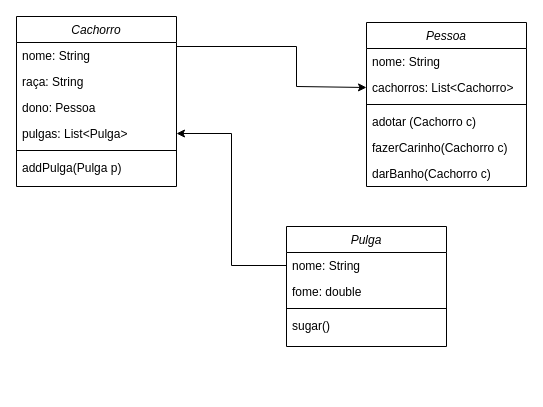
This is Engenharia de Software/Pulgas.drawio from paulo-granthon/bertoti, a draw.io file, before an edit. Source tidied: cells renumbered, new cells numbered last; positions are measured from the earlier drawing's top-left corner, leaving out a move shared by most shapes. Both pictures are drawn from the tidied source at 100%, with x=0, y=0 at pixel (16, 16).
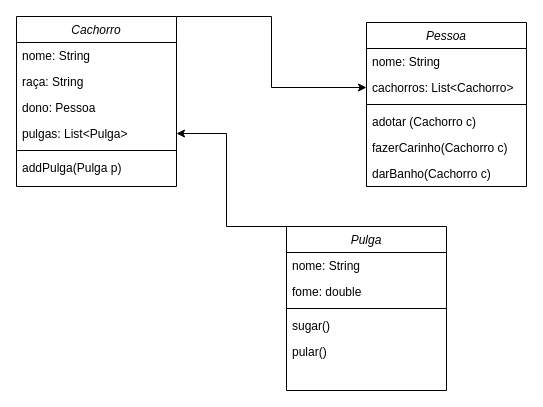
Above is the later version.

The change refers to these unchanged cells:
```xml
<mxCell id="3" value="Cachorro" style="swimlane;fontStyle=2;align=center;verticalAlign=top;horizontal=1;startSize=26;rounded=0;shadow=0;strokeWidth=1;" parent="1" vertex="1">
  <mxGeometry width="160" height="170" as="geometry" />
</mxCell>
<mxCell id="7" value="pulgas: List&lt;Pulga&gt;" style="text;align=left;verticalAlign=top;spacingLeft=4;spacingRight=4;overflow=hidden;points=[[0,0.5],[1,0.5]];portConstraint=eastwest;rounded=0;shadow=0;html=0;" parent="3" vertex="1">
  <mxGeometry y="104" width="160" height="26" as="geometry" />
</mxCell>
<mxCell id="12" value="cachorros: List&lt;Cachorro&gt;" style="text;align=left;verticalAlign=top;spacingLeft=4;spacingRight=4;overflow=hidden;points=[[0,0.5],[1,0.5]];portConstraint=eastwest;rounded=0;shadow=0;html=0;" parent="10" vertex="1">
  <mxGeometry y="52" width="160" height="26" as="geometry" />
</mxCell>
<mxCell id="18" value="nome: String" style="text;align=left;verticalAlign=top;spacingLeft=4;spacingRight=4;overflow=hidden;points=[[0,0.5],[1,0.5]];portConstraint=eastwest;" parent="17" vertex="1">
  <mxGeometry y="26" width="160" height="26" as="geometry" />
</mxCell>
```

What changed in the source:
```diff
@@
-    <mxCell id="2" style="edgeStyle=orthogonalEdgeStyle;rounded=0;jettySize=auto;html=1;entryX=0;entryY=0.5;entryDx=0;entryDy=0;" parent="1" edge="1" source="3" target="12">
+    <mxCell id="2" style="edgeStyle=orthogonalEdgeStyle;rounded=0;jettySize=auto;html=1;exitX=1;exitY=0;exitDx=0;exitDy=0;entryX=0;entryY=0.5;entryDx=0;entryDy=0;" parent="1" edge="1" source="3" target="12">
       <mxGeometry relative="1" as="geometry">
         <Array as="points">
-          <mxPoint x="280" y="30" />
-          <mxPoint x="280" y="70" />
-          <mxPoint x="350" y="70" />
+          <mxPoint x="255" />
+          <mxPoint x="255" y="71" />
         </Array>
       </mxGeometry>
     </mxCell>
@@
     <mxCell id="17" value="Pulga" style="swimlane;fontStyle=2;align=center;verticalAlign=top;horizontal=1;startSize=26;rounded=0;shadow=0;strokeWidth=1;" parent="1" vertex="1">
-      <mxGeometry x="270" y="210" width="160" height="120" as="geometry" />
+      <mxGeometry x="270" y="210" width="160" height="164" as="geometry" />
     </mxCell>
@@
+    <mxCell id="23" value="pular()" style="text;align=left;verticalAlign=top;spacingLeft=4;spacingRight=4;overflow=hidden;" parent="17" vertex="1">
+      <mxGeometry y="112" width="160" height="26" as="geometry" />
+    </mxCell>
-    <mxCell id="22" style="edgeStyle=orthogonalEdgeStyle;rounded=0;jettySize=auto;html=1;" parent="1" edge="1" source="18" target="7">
-      <mxGeometry relative="1" as="geometry" />
+    <mxCell id="22" style="edgeStyle=orthogonalEdgeStyle;rounded=0;jettySize=auto;html=1;" parent="1" edge="1" target="7">
+      <mxGeometry relative="1" as="geometry">
+        <mxPoint x="270" y="210" as="sourcePoint" />
+        <Array as="points">
+          <mxPoint x="210" y="210" />
+          <mxPoint x="210" y="117" />
+        </Array>
+      </mxGeometry>
     </mxCell>
```
